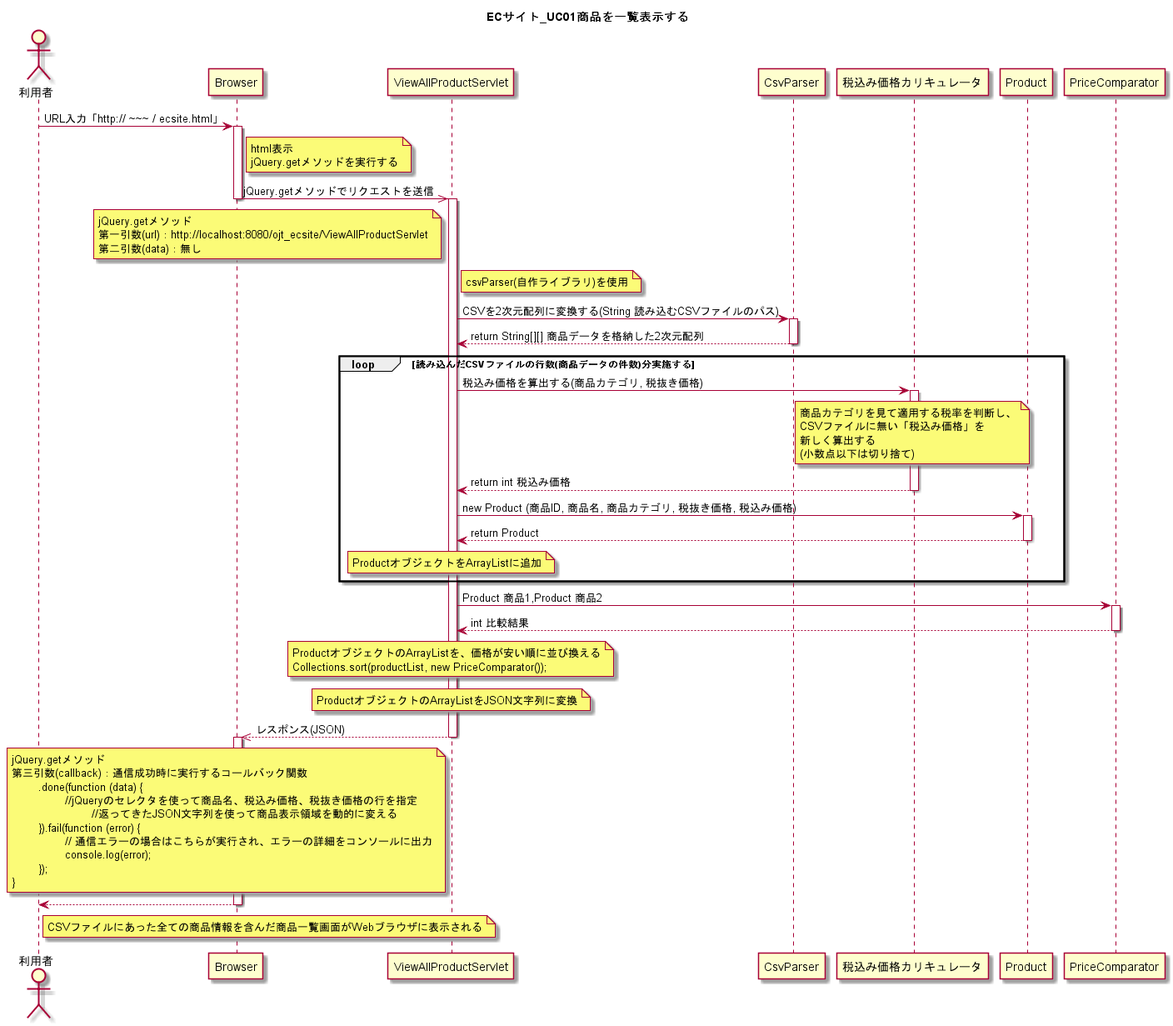
Before: UML/ECサイト_UC01商品を一覧表示する.png, a diagram exported from PlantUML (wnakayama/ojt_ecsite).
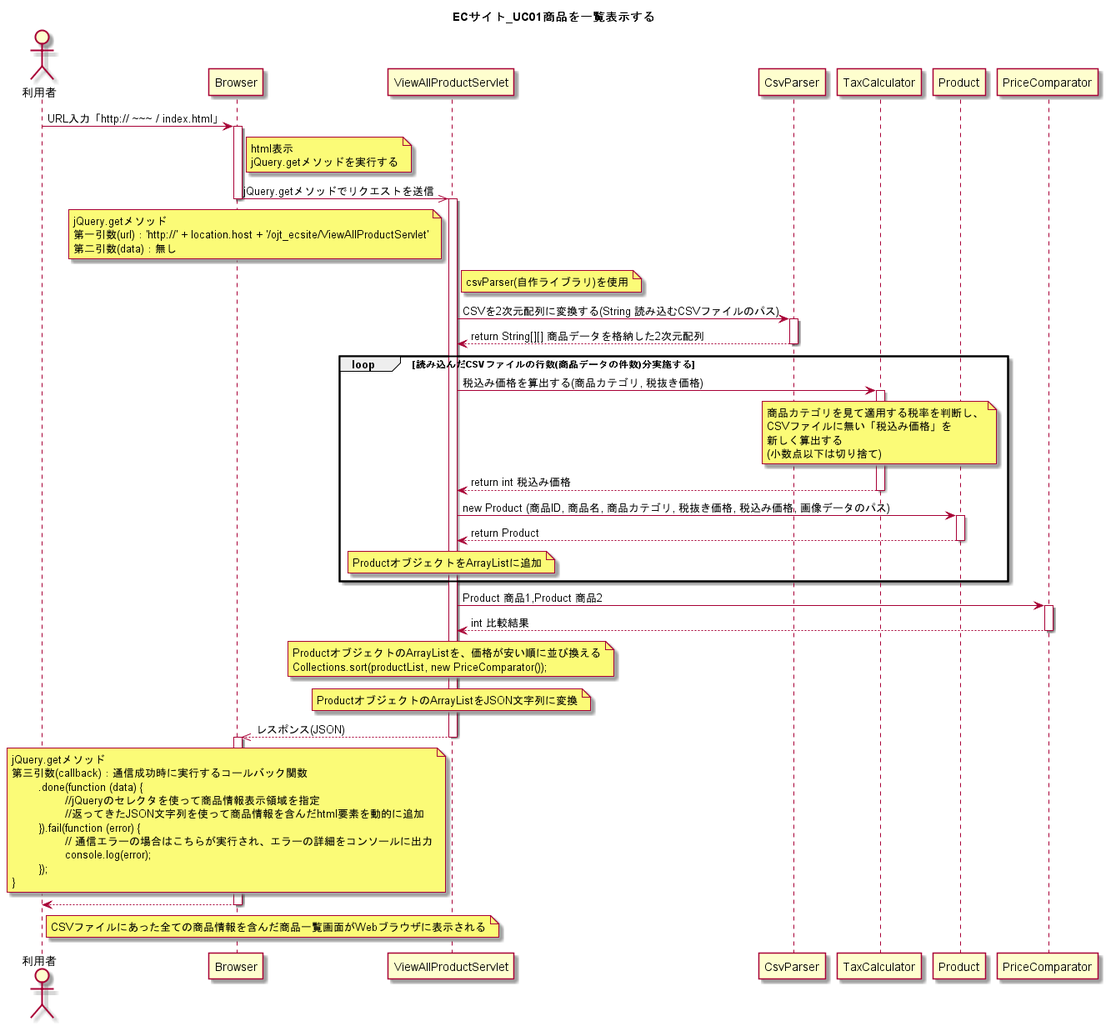
After the change.

What changed in the source:
```diff
@@ -3,7 +3,7 @@
 
 actor 利用者
 
-利用者 -> Browser : URL入力「http:// ~~~ / ecsite.html」
+利用者 -> Browser : URL入力「http:// ~~~ / index.html」
 activate Browser
 	note right of Browser
 	html表示
@@ -16,7 +16,7 @@
 
 	note left of ViewAllProductServlet
 	jQuery.getメソッド
-	第一引数(url)：http://localhost:8080/ojt_ecsite/ViewAllProductServlet
+	第一引数(url)：'http://' + location.host + '/ojt_ecsite/ViewAllProductServlet'
 	第二引数(data)：無し
 	end note
 
@@ -32,20 +32,20 @@
 deactivate CsvParser
 
 loop 読み込んだCSVファイルの行数(商品データの件数)分実施する
-ViewAllProductServlet -> 税込み価格カリキュレータ : 税込み価格を算出する(商品カテゴリ, 税抜き価格)
-activate 税込み価格カリキュレータ
+ViewAllProductServlet -> TaxCalculator : 税込み価格を算出する(商品カテゴリ, 税抜き価格)
+activate TaxCalculator
 
-	note over of 税込み価格カリキュレータ
+	note over of TaxCalculator
 	商品カテゴリを見て適用する税率を判断し、
 	CSVファイルに無い「税込み価格」を
 	新しく算出する
 	(小数点以下は切り捨て)
 	end note
 
-ViewAllProductServlet <-- 税込み価格カリキュレータ : return int 税込み価格
-deactivate 税込み価格カリキュレータ
+ViewAllProductServlet <-- TaxCalculator : return int 税込み価格
+deactivate TaxCalculator
 
-ViewAllProductServlet -> Product : new Product (商品ID, 商品名, 商品カテゴリ, 税抜き価格, 税込み価格)
+ViewAllProductServlet -> Product : new Product (商品ID, 商品名, 商品カテゴリ, 税抜き価格, 税込み価格, 画像データのパス)
 activate Product
 
 ViewAllProductServlet <-- Product : return Product
@@ -77,8 +77,8 @@
 	jQuery.getメソッド
 	第三引数(callback)：通信成功時に実行するコールバック関数
 		.done(function (data) {
-			//jQueryのセレクタを使って商品名、税込み価格、税抜き価格の行を指定
-				//返ってきたJSON文字列を使って商品表示領域を動的に変える
+			//jQueryのセレクタを使って商品情報表示領域を指定
+			//返ってきたJSON文字列を使って商品情報を含んだhtml要素を動的に追加
 		}).fail(function (error) {
 			// 通信エラーの場合はこちらが実行され、エラーの詳細をコンソールに出力
 			console.log(error);
```
